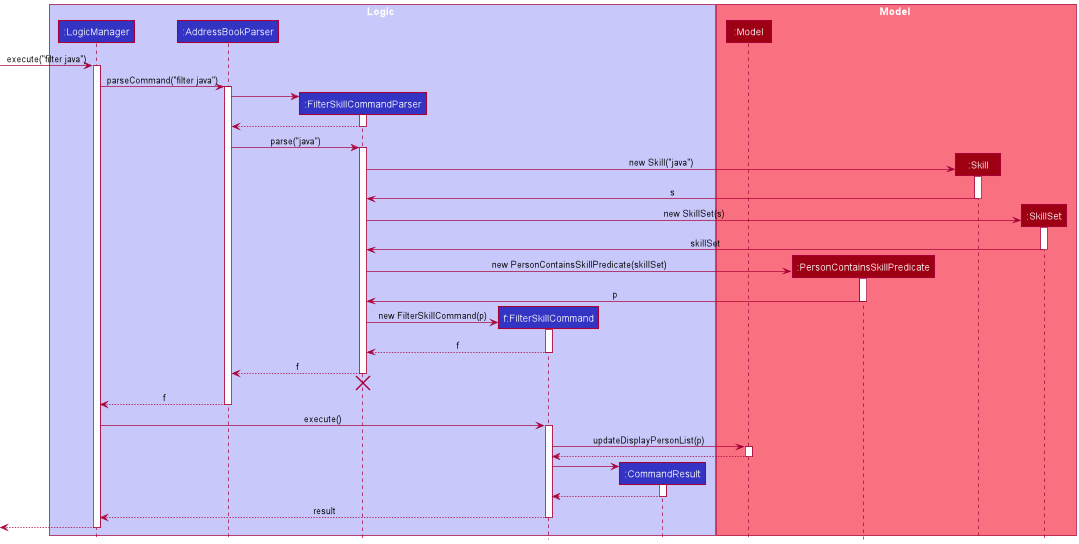
nus-cs2103-AY2122S2/tp keeps this PlantUML diagram as docs/images/FilterSkillSequenceDiagram.png. Above is the earlier version.
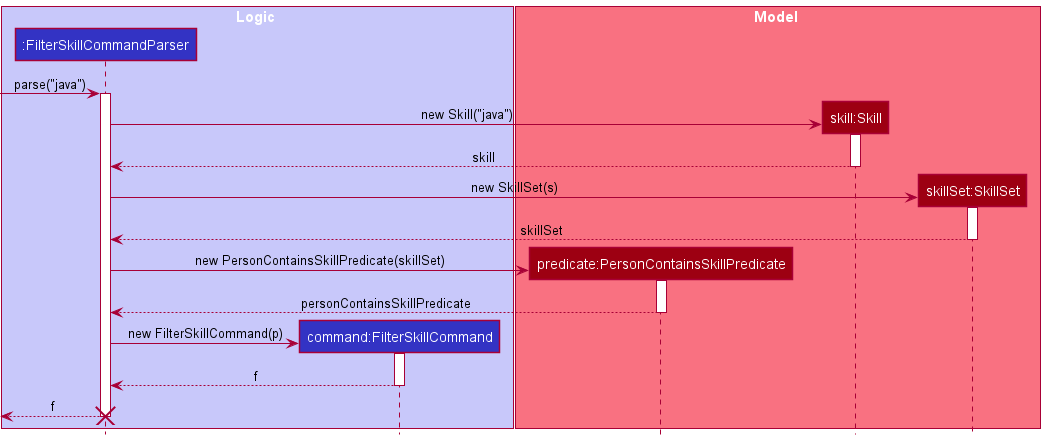
The same file after the commit.

Commit message:
Update DG and UML diagrams

Diff of the diagram source:
```diff
@@ -2,52 +2,35 @@
 !include style.puml
 
 box Logic LOGIC_COLOR_T1
-participant ":LogicManager" as LogicManager LOGIC_COLOR
-participant ":AddressBookParser" as AddressBookParser LOGIC_COLOR
 participant ":FilterSkillCommandParser" as FilterSkillCommandParser LOGIC_COLOR
-participant "f:FilterSkillCommand" as FilterSkillCommand LOGIC_COLOR
-participant ":CommandResult" as CommandResult LOGIC_COLOR
+participant "command:FilterSkillCommand" as FilterSkillCommand LOGIC_COLOR
 end box
 
 box Model MODEL_COLOR_T1
-participant ":Model" as Model MODEL_COLOR
-participant ":PersonContainsSkillPredicate" as PersonContainsSkillPredicate MODEL_COLOR
-participant ":Skill" as Skill MODEL_COLOR
-participant ":SkillSet" as SkillSet MODEL_COLOR
+participant "predicate:PersonContainsSkillPredicate" as PersonContainsSkillPredicate MODEL_COLOR
+participant "skill:Skill" as Skill MODEL_COLOR
+participant "skillSet:SkillSet" as SkillSet MODEL_COLOR
 end box
 
-[-> LogicManager : execute("filter java")
-activate LogicManager
-
-LogicManager -> AddressBookParser : parseCommand("filter java")
-activate AddressBookParser
-
-create FilterSkillCommandParser
-AddressBookParser -> FilterSkillCommandParser
-activate FilterSkillCommandParser
-
-FilterSkillCommandParser --> AddressBookParser
-deactivate FilterSkillCommandParser
-
-AddressBookParser -> FilterSkillCommandParser : parse("java")
+[-> FilterSkillCommandParser : parse("java")
 activate FilterSkillCommandParser
 
 create Skill
 FilterSkillCommandParser -> Skill : new Skill("java")
 activate Skill
-Skill -> FilterSkillCommandParser : s
+Skill --> FilterSkillCommandParser : skill
 deactivate Skill
 
 create SkillSet
 FilterSkillCommandParser -> SkillSet : new SkillSet(s)
 activate SkillSet
-SkillSet -> FilterSkillCommandParser : skillSet
+SkillSet --> FilterSkillCommandParser : skillSet
 deactivate SkillSet
 
 create PersonContainsSkillPredicate
 FilterSkillCommandParser -> PersonContainsSkillPredicate : new PersonContainsSkillPredicate(skillSet)
 activate PersonContainsSkillPredicate
-PersonContainsSkillPredicate -> FilterSkillCommandParser : p
+PersonContainsSkillPredicate --> FilterSkillCommandParser : personContainsSkillPredicate
 deactivate PersonContainsSkillPredicate
 
 create FilterSkillCommand
@@ -57,33 +40,8 @@
 FilterSkillCommand --> FilterSkillCommandParser : f
 deactivate FilterSkillCommand
 
-FilterSkillCommandParser --> AddressBookParser : f
+[<--FilterSkillCommandParser : f
 deactivate FilterSkillCommandParser
-FilterSkillCommandParser -[hidden]-> AddressBookParser
 destroy FilterSkillCommandParser
 
-AddressBookParser --> LogicManager : f
-deactivate AddressBookParser
-
-LogicManager -> FilterSkillCommand : execute()
-activate FilterSkillCommand
-
-FilterSkillCommand -> Model : updateDisplayPersonList(p)
-activate Model
-
-Model --> FilterSkillCommand
-deactivate Model
-
-create CommandResult
-FilterSkillCommand -> CommandResult
-activate CommandResult
-
-CommandResult --> FilterSkillCommand
-deactivate CommandResult
-
-FilterSkillCommand --> LogicManager : result
-deactivate FilterSkillCommand
-
-[<--LogicManager
-deactivate LogicManager
 @enduml
```
